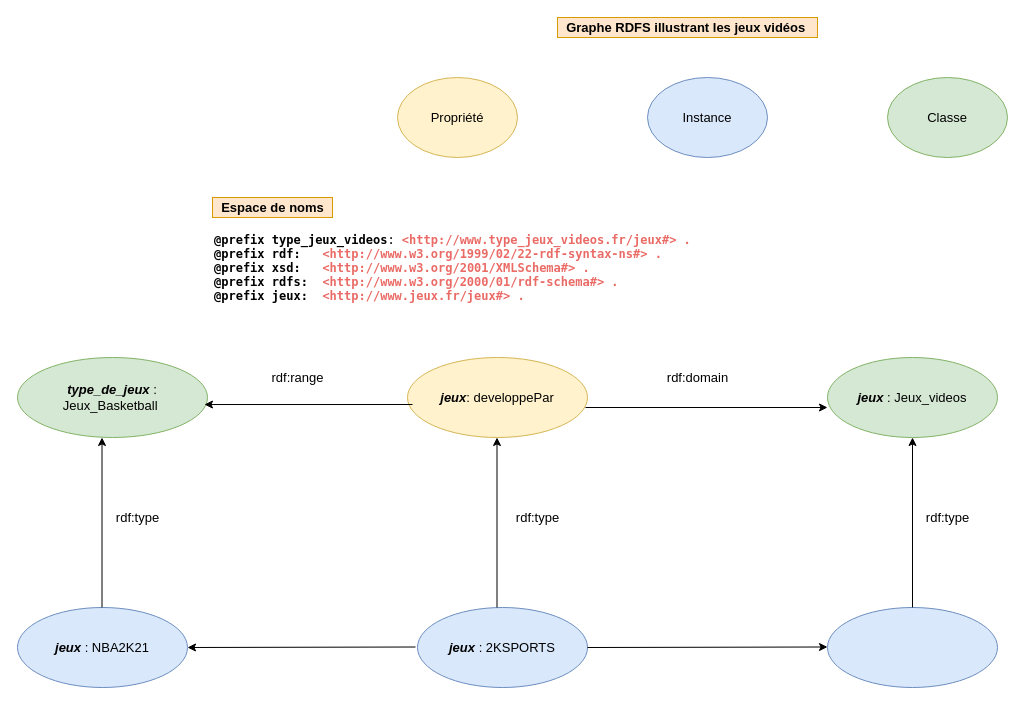
The draw.io diagram page "Page-7" (5 of 5) of IHM (3).drawio in steven-azar/IHM, before the edit. Source tidied: cells renumbered, new cells numbered last; positions are measured from the earlier drawing's top-left corner, leaving out a move shared by most shapes. Both pictures are drawn from the tidied source at 100%, with x=0, y=0 at pixel (17, 17).
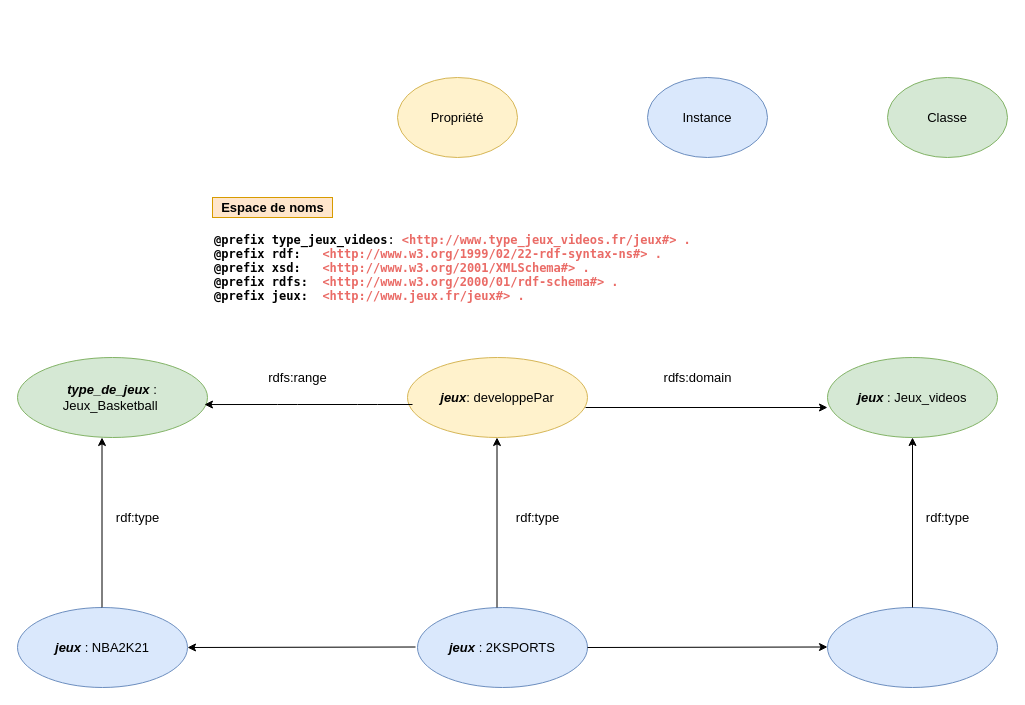
The same page after the edit.

Unchanged cells that the change refers to:
```xml
<mxCell id="10" value="&lt;b&gt;&lt;i&gt;type_de_jeux &lt;/i&gt;&lt;/b&gt;: Jeux_Basketball&amp;nbsp;" style="ellipse;whiteSpace=wrap;html=1;fontSize=13;fillColor=#d5e8d4;strokeColor=#82b366;" parent="1" vertex="1">
  <mxGeometry y="340" width="190" height="80" as="geometry" />
</mxCell>
```

Diff of the diagram source:
```diff
@@
-    <mxCell id="2" value="Graphe RDFS illustrant les jeux vidéos&amp;nbsp;" style="text;html=1;align=center;verticalAlign=middle;strokeColor=#d79b00;fillColor=#ffe6cc;fontStyle=1;fontSize=13;" parent="1" vertex="1">
-      <mxGeometry x="540" width="260" height="20" as="geometry" />
-    </mxCell>
@@
     <mxCell id="11" style="endArrow=classic;html=1;fontSize=13;entryX=0.984;entryY=0.588;entryDx=0;entryDy=0;entryPerimeter=0;" parent="1" edge="1" target="10">
       <mxGeometry relative="1" as="geometry">
         <mxPoint x="395" y="387" as="sourcePoint" />
+        <Array as="points">
+          <mxPoint x="350" y="387" />
+          <mxPoint x="270" y="387" />
+        </Array>
       </mxGeometry>
     </mxCell>
@@
-    <mxCell id="13" value="rdf:domain" style="text;html=1;align=center;verticalAlign=middle;strokeColor=none;fontSize=13;" parent="1" vertex="1">
+    <mxCell id="13" value="rdfs:domain" style="text;html=1;align=center;verticalAlign=middle;strokeColor=none;fontSize=13;" parent="1" vertex="1">
       <mxGeometry x="640" y="350" width="80" height="20" as="geometry" />
     </mxCell>
-    <mxCell id="14" value="rdf:range" style="text;html=1;align=center;verticalAlign=middle;strokeColor=none;fontSize=13;" parent="1" vertex="1">
+    <mxCell id="14" value="rdfs:range" style="text;html=1;align=center;verticalAlign=middle;strokeColor=none;fontSize=13;" parent="1" vertex="1">
       <mxGeometry x="245" y="350" width="70" height="20" as="geometry" />
     </mxCell>
```
